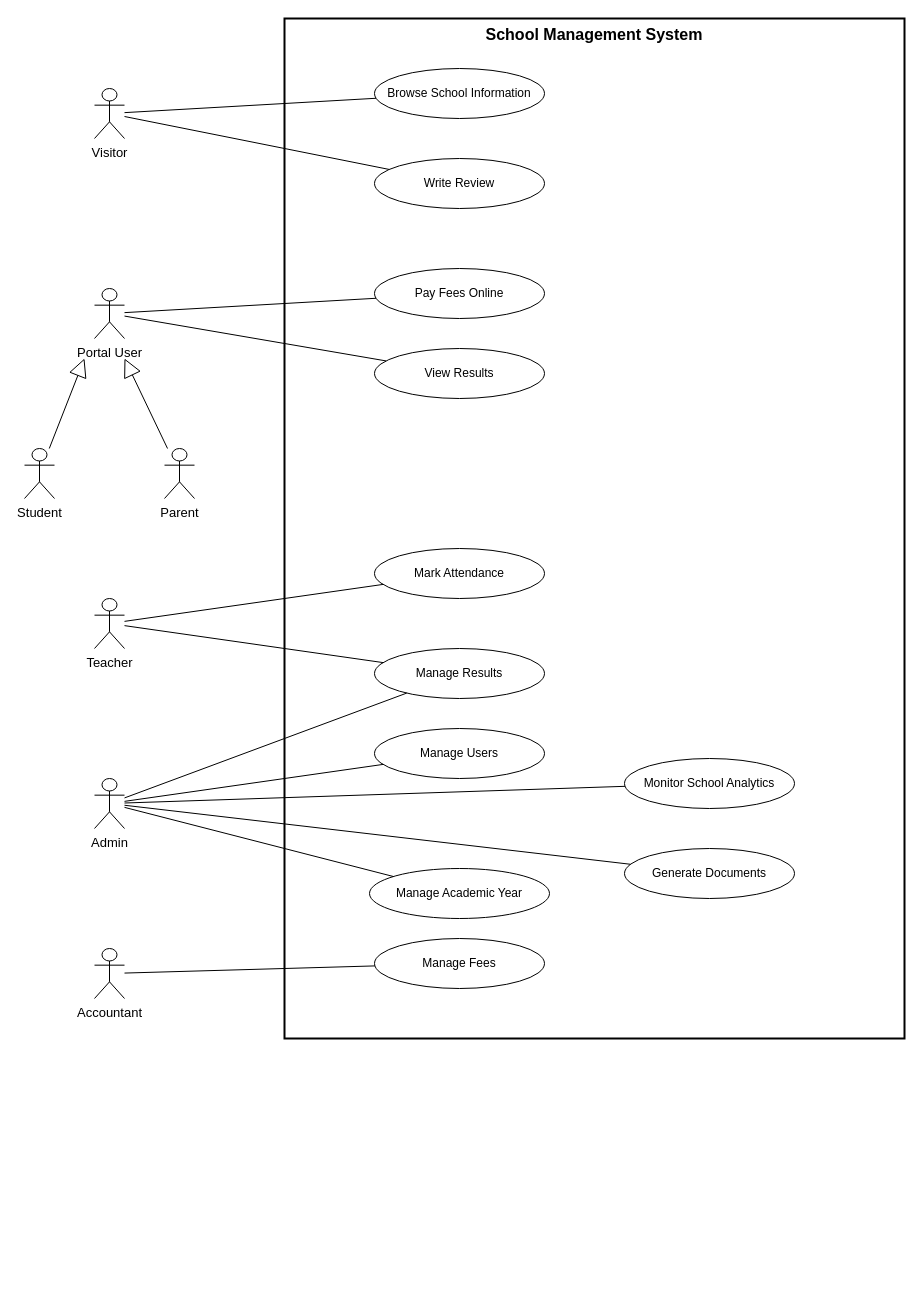
Before: design/use-case-diagram.drawio in blissed-out/cse_220_week_8, a draw.io diagram. Source tidied: cells renumbered, new cells numbered last; positions are measured from the earlier drawing's top-left corner, leaving out a move shared by most shapes. Both pictures are drawn from the tidied source at 100%, with x=0, y=0 at pixel (24, 18).
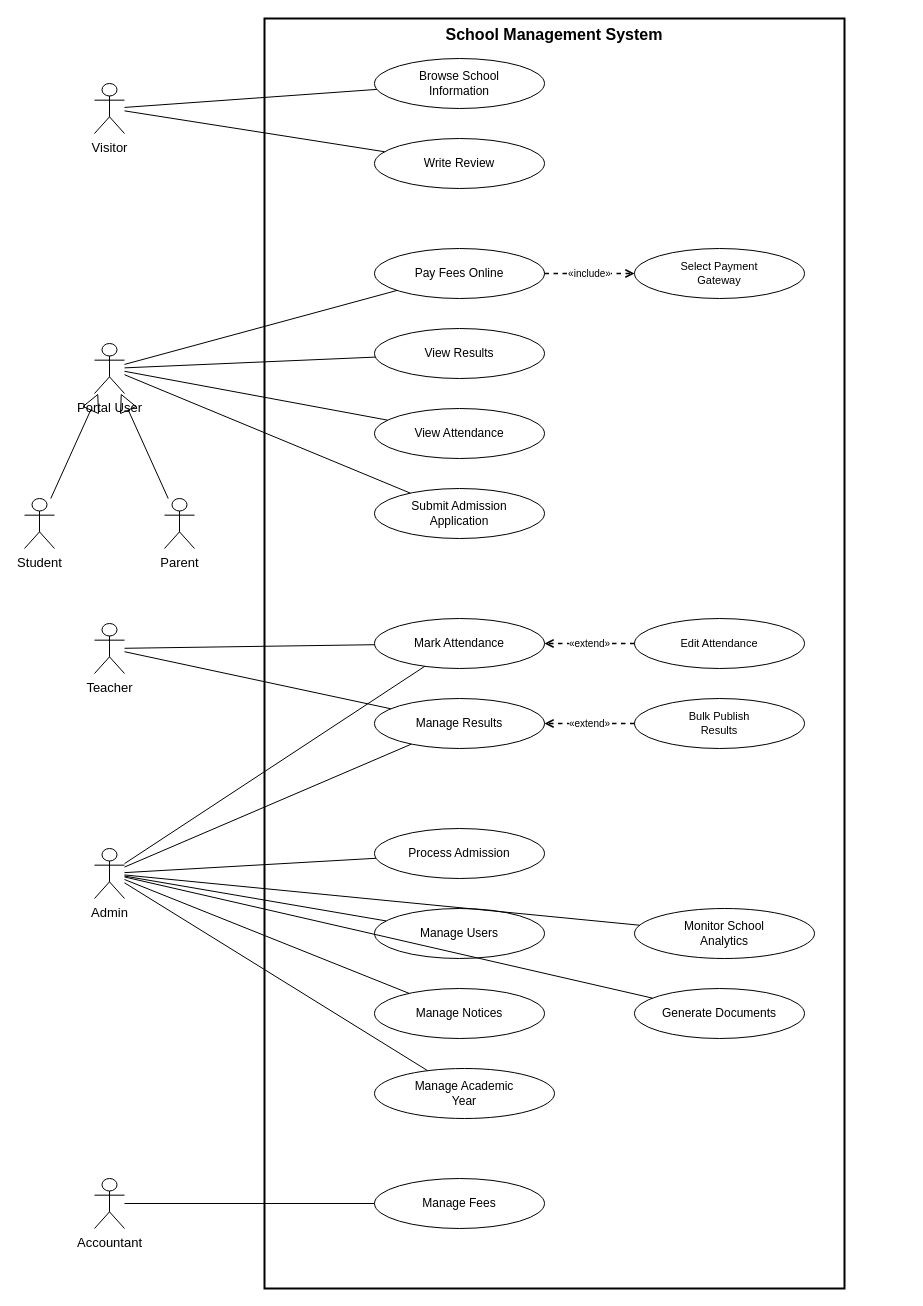
After the change.

Commit message (it also covers changes not shown here):
refactor(design): rebuild use case diagram for FR compliance with «include»/«extend»

Diff of the diagram source:
```diff
@@
     <mxCell id="2" value="School Management System" style="rounded=0;whiteSpace=wrap;html=1;fillColor=none;strokeColor=#000000;strokeWidth=2;verticalAlign=top;align=center;fontStyle=1;fontSize=16;fontColor=#000000;" parent="1" vertex="1">
-      <mxGeometry x="260" width="620" height="1020" as="geometry" />
+      <mxGeometry x="240" width="580" height="1270" as="geometry" />
     </mxCell>
     <mxCell id="3" value="Visitor" style="shape=umlActor;verticalLabelPosition=bottom;verticalAlign=top;html=1;outlineConnect=0;fontSize=13;strokeColor=#000000;fontColor=#000000;" parent="1" vertex="1">
-      <mxGeometry x="70" y="70" width="30" height="50" as="geometry" />
+      <mxGeometry x="70" y="65" width="30" height="50" as="geometry" />
     </mxCell>
     <mxCell id="4" value="Portal User" style="shape=umlActor;verticalLabelPosition=bottom;verticalAlign=top;html=1;outlineConnect=0;fontSize=13;strokeColor=#000000;fontColor=#000000;" parent="1" vertex="1">
-      <mxGeometry x="70" y="270" width="30" height="50" as="geometry" />
+      <mxGeometry x="70" y="325" width="30" height="50" as="geometry" />
     </mxCell>
     <mxCell id="5" value="Student" style="shape=umlActor;verticalLabelPosition=bottom;verticalAlign=top;html=1;outlineConnect=0;fontSize=13;strokeColor=#000000;fontColor=#000000;" parent="1" vertex="1">
-      <mxGeometry y="430" width="30" height="50" as="geometry" />
+      <mxGeometry y="480" width="30" height="50" as="geometry" />
     </mxCell>
     <mxCell id="6" value="Parent" style="shape=umlActor;verticalLabelPosition=bottom;verticalAlign=top;html=1;outlineConnect=0;fontSize=13;strokeColor=#000000;fontColor=#000000;" parent="1" vertex="1">
-      <mxGeometry x="140" y="430" width="30" height="50" as="geometry" />
+      <mxGeometry x="140" y="480" width="30" height="50" as="geometry" />
     </mxCell>
     <mxCell id="7" value="Teacher" style="shape=umlActor;verticalLabelPosition=bottom;verticalAlign=top;html=1;outlineConnect=0;fontSize=13;strokeColor=#000000;fontColor=#000000;" parent="1" vertex="1">
-      <mxGeometry x="70" y="580" width="30" height="50" as="geometry" />
+      <mxGeometry x="70" y="605" width="30" height="50" as="geometry" />
     </mxCell>
     <mxCell id="8" value="Admin" style="shape=umlActor;verticalLabelPosition=bottom;verticalAlign=top;html=1;outlineConnect=0;fontSize=13;strokeColor=#000000;fontColor=#000000;" parent="1" vertex="1">
-      <mxGeometry x="70" y="760" width="30" height="50" as="geometry" />
+      <mxGeometry x="70" y="830" width="30" height="50" as="geometry" />
     </mxCell>
     <mxCell id="9" value="Accountant" style="shape=umlActor;verticalLabelPosition=bottom;verticalAlign=top;html=1;outlineConnect=0;fontSize=13;strokeColor=#000000;fontColor=#000000;" parent="1" vertex="1">
-      <mxGeometry x="70" y="930" width="30" height="50" as="geometry" />
+      <mxGeometry x="70" y="1160" width="30" height="50" as="geometry" />
     </mxCell>
-    <mxCell id="10" value="Browse School Information" style="ellipse;shape=ellipse;html=1;fillColor=#ffffff;strokeColor=#000000;fontSize=12;whiteSpace=wrap;fontColor=#000000;" parent="1" vertex="1">
-      <mxGeometry x="350" y="50" width="170" height="50" as="geometry" />
+    <mxCell id="10" value="Browse School&#10;Information" style="ellipse;shape=ellipse;html=1;fillColor=#ffffff;strokeColor=#000000;fontSize=12;whiteSpace=wrap;fontColor=#000000;" parent="1" vertex="1">
+      <mxGeometry x="350" y="40" width="170" height="50" as="geometry" />
     </mxCell>
     <mxCell id="11" value="Write Review" style="ellipse;shape=ellipse;html=1;fillColor=#ffffff;strokeColor=#000000;fontSize=12;whiteSpace=wrap;fontColor=#000000;" parent="1" vertex="1">
-      <mxGeometry x="350" y="140" width="170" height="50" as="geometry" />
+      <mxGeometry x="350" y="120" width="170" height="50" as="geometry" />
     </mxCell>
     <mxCell id="12" value="Pay Fees Online" style="ellipse;shape=ellipse;html=1;fillColor=#ffffff;strokeColor=#000000;fontSize=12;whiteSpace=wrap;fontColor=#000000;" parent="1" vertex="1">
-      <mxGeometry x="350" y="250" width="170" height="50" as="geometry" />
+      <mxGeometry x="350" y="230" width="170" height="50" as="geometry" />
     </mxCell>
     <mxCell id="13" value="View Results" style="ellipse;shape=ellipse;html=1;fillColor=#ffffff;strokeColor=#000000;fontSize=12;whiteSpace=wrap;fontColor=#000000;" parent="1" vertex="1">
-      <mxGeometry x="350" y="330" width="170" height="50" as="geometry" />
+      <mxGeometry x="350" y="310" width="170" height="50" as="geometry" />
     </mxCell>
+    <mxCell id="35" value="View Attendance" style="ellipse;shape=ellipse;html=1;fillColor=#ffffff;strokeColor=#000000;fontSize=12;whiteSpace=wrap;fontColor=#000000;" parent="1" vertex="1">
+      <mxGeometry x="350" y="390" width="170" height="50" as="geometry" />
+    </mxCell>
+    <mxCell id="36" value="Submit Admission&#10;Application" style="ellipse;shape=ellipse;html=1;fillColor=#ffffff;strokeColor=#000000;fontSize=12;whiteSpace=wrap;fontColor=#000000;" parent="1" vertex="1">
+      <mxGeometry x="350" y="470" width="170" height="50" as="geometry" />
+    </mxCell>
     <mxCell id="14" value="Mark Attendance" style="ellipse;shape=ellipse;html=1;fillColor=#ffffff;strokeColor=#000000;fontSize=12;whiteSpace=wrap;fontColor=#000000;" parent="1" vertex="1">
-      <mxGeometry x="350" y="530" width="170" height="50" as="geometry" />
+      <mxGeometry x="350" y="600" width="170" height="50" as="geometry" />
     </mxCell>
     <mxCell id="15" value="Manage Results" style="ellipse;shape=ellipse;html=1;fillColor=#ffffff;strokeColor=#000000;fontSize=12;whiteSpace=wrap;fontColor=#000000;" parent="1" vertex="1">
-      <mxGeometry x="350" y="630" width="170" height="50" as="geometry" />
+      <mxGeometry x="350" y="680" width="170" height="50" as="geometry" />
     </mxCell>
+    <mxCell id="37" value="Process Admission" style="ellipse;shape=ellipse;html=1;fillColor=#ffffff;strokeColor=#000000;fontSize=12;whiteSpace=wrap;fontColor=#000000;" parent="1" vertex="1">
+      <mxGeometry x="350" y="810" width="170" height="50" as="geometry" />
+    </mxCell>
     <mxCell id="16" value="Manage Users" style="ellipse;shape=ellipse;html=1;fillColor=#ffffff;strokeColor=#000000;fontSize=12;whiteSpace=wrap;fontColor=#000000;" parent="1" vertex="1">
-      <mxGeometry x="350" y="710" width="170" height="50" as="geometry" />
+      <mxGeometry x="350" y="890" width="170" height="50" as="geometry" />
     </mxCell>
+    <mxCell id="38" value="Manage Notices" style="ellipse;shape=ellipse;html=1;fillColor=#ffffff;strokeColor=#000000;fontSize=12;whiteSpace=wrap;fontColor=#000000;" parent="1" vertex="1">
+      <mxGeometry x="350" y="970" width="170" height="50" as="geometry" />
+    </mxCell>
+    <mxCell id="18" value="Manage Academic&#10;Year" style="ellipse;shape=ellipse;html=1;fillColor=#ffffff;strokeColor=#000000;fontSize=12;whiteSpace=wrap;fontColor=#000000;" parent="1" vertex="1">
+      <mxGeometry x="350" y="1050" width="180" height="50" as="geometry" />
+    </mxCell>
-    <mxCell id="17" value="Monitor School Analytics" style="ellipse;shape=ellipse;html=1;fillColor=#ffffff;strokeColor=#000000;fontSize=12;whiteSpace=wrap;fontColor=#000000;" parent="1" vertex="1">
-      <mxGeometry x="600" y="740" width="170" height="50" as="geometry" />
+    <mxCell id="17" value="Monitor School&#10;Analytics" style="ellipse;shape=ellipse;html=1;fillColor=#ffffff;strokeColor=#000000;fontSize=12;whiteSpace=wrap;fontColor=#000000;" parent="1" vertex="1">
+      <mxGeometry x="610" y="890" width="180" height="50" as="geometry" />
     </mxCell>
-    <mxCell id="18" value="Manage Academic Year" style="ellipse;shape=ellipse;html=1;fillColor=#ffffff;strokeColor=#000000;fontSize=12;whiteSpace=wrap;fontColor=#000000;" parent="1" vertex="1">
-      <mxGeometry x="345" y="850" width="180" height="50" as="geometry" />
-    </mxCell>
     <mxCell id="19" value="Generate Documents" style="ellipse;shape=ellipse;html=1;fillColor=#ffffff;strokeColor=#000000;fontSize=12;whiteSpace=wrap;fontColor=#000000;" parent="1" vertex="1">
-      <mxGeometry x="600" y="830" width="170" height="50" as="geometry" />
+      <mxGeometry x="610" y="970" width="170" height="50" as="geometry" />
     </mxCell>
     <mxCell id="20" value="Manage Fees" style="ellipse;shape=ellipse;html=1;fillColor=#ffffff;strokeColor=#000000;fontSize=12;whiteSpace=wrap;fontColor=#000000;" parent="1" vertex="1">
-      <mxGeometry x="350" y="920" width="170" height="50" as="geometry" />
+      <mxGeometry x="350" y="1160" width="170" height="50" as="geometry" />
     </mxCell>
+    <mxCell id="39" value="Select Payment&#10;Gateway" style="ellipse;shape=ellipse;html=1;fillColor=#ffffff;strokeColor=#000000;fontSize=11;whiteSpace=wrap;fontColor=#000000;" parent="1" vertex="1">
+      <mxGeometry x="610" y="230" width="170" height="50" as="geometry" />
+    </mxCell>
+    <mxCell id="40" value="Edit Attendance" style="ellipse;shape=ellipse;html=1;fillColor=#ffffff;strokeColor=#000000;fontSize=11;whiteSpace=wrap;fontColor=#000000;" parent="1" vertex="1">
+      <mxGeometry x="610" y="600" width="170" height="50" as="geometry" />
+    </mxCell>
+    <mxCell id="41" value="Bulk Publish&#10;Results" style="ellipse;shape=ellipse;html=1;fillColor=#ffffff;strokeColor=#000000;fontSize=11;whiteSpace=wrap;fontColor=#000000;" parent="1" vertex="1">
+      <mxGeometry x="610" y="680" width="170" height="50" as="geometry" />
+    </mxCell>
@@
+    <mxCell id="42" style="rounded=0;jettySize=auto;html=1;endArrow=none;endFill=0;strokeColor=#000000;" parent="1" edge="1" source="4" target="35">
+      <mxGeometry relative="1" as="geometry" />
+    </mxCell>
+    <mxCell id="43" style="rounded=0;jettySize=auto;html=1;endArrow=none;endFill=0;strokeColor=#000000;" parent="1" edge="1" source="4" target="36">
+      <mxGeometry relative="1" as="geometry" />
+    </mxCell>
-    <mxCell id="25" style="rounded=0;jettySize=auto;html=1;endArrow=block;endFill=0;endSize=16;strokeColor=#000000;" parent="1" edge="1" source="5">
-      <mxGeometry relative="1" as="geometry">
-        <mxPoint x="60" y="340" as="targetPoint" />
-      </mxGeometry>
+    <mxCell id="25" style="rounded=0;jettySize=auto;html=1;endArrow=block;endFill=0;endSize=16;strokeColor=#000000;" parent="1" edge="1" source="5" target="4">
+      <mxGeometry relative="1" as="geometry" />
     </mxCell>
-    <mxCell id="26" style="rounded=0;jettySize=auto;html=1;endArrow=block;endFill=0;endSize=16;strokeColor=#000000;" parent="1" edge="1" source="6">
-      <mxGeometry relative="1" as="geometry">
-        <mxPoint x="100" y="340" as="targetPoint" />
-      </mxGeometry>
+    <mxCell id="26" style="rounded=0;jettySize=auto;html=1;endArrow=block;endFill=0;endSize=16;strokeColor=#000000;" parent="1" edge="1" source="6" target="4">
+      <mxGeometry relative="1" as="geometry" />
     </mxCell>
@@
+    <mxCell id="44" style="rounded=0;jettySize=auto;html=1;endArrow=none;endFill=0;strokeColor=#000000;" parent="1" edge="1" source="8" target="14">
+      <mxGeometry relative="1" as="geometry" />
+    </mxCell>
@@
+    <mxCell id="45" style="rounded=0;jettySize=auto;html=1;endArrow=none;endFill=0;strokeColor=#000000;" parent="1" edge="1" source="8" target="37">
+      <mxGeometry relative="1" as="geometry" />
+    </mxCell>
@@
+    <mxCell id="46" style="rounded=0;jettySize=auto;html=1;endArrow=none;endFill=0;strokeColor=#000000;" parent="1" edge="1" source="8" target="38">
+      <mxGeometry relative="1" as="geometry" />
+    </mxCell>
@@
+    <mxCell id="47" value="«include»" style="html=1;dashed=1;endArrow=open;endFill=0;strokeWidth=1.5;strokeColor=#000000;fontColor=#000000;fontSize=10;" parent="1" edge="1" source="12" target="39">
+      <mxGeometry relative="1" as="geometry" />
+    </mxCell>
+    <mxCell id="48" value="«extend»" style="html=1;dashed=1;endArrow=open;endFill=0;strokeWidth=1.5;strokeColor=#000000;fontColor=#000000;fontSize=10;" parent="1" edge="1" source="40" target="14">
+      <mxGeometry relative="1" as="geometry" />
+    </mxCell>
+    <mxCell id="49" value="«extend»" style="html=1;dashed=1;endArrow=open;endFill=0;strokeWidth=1.5;strokeColor=#000000;fontColor=#000000;fontSize=10;" parent="1" edge="1" source="41" target="15">
+      <mxGeometry relative="1" as="geometry" />
+    </mxCell>
```
